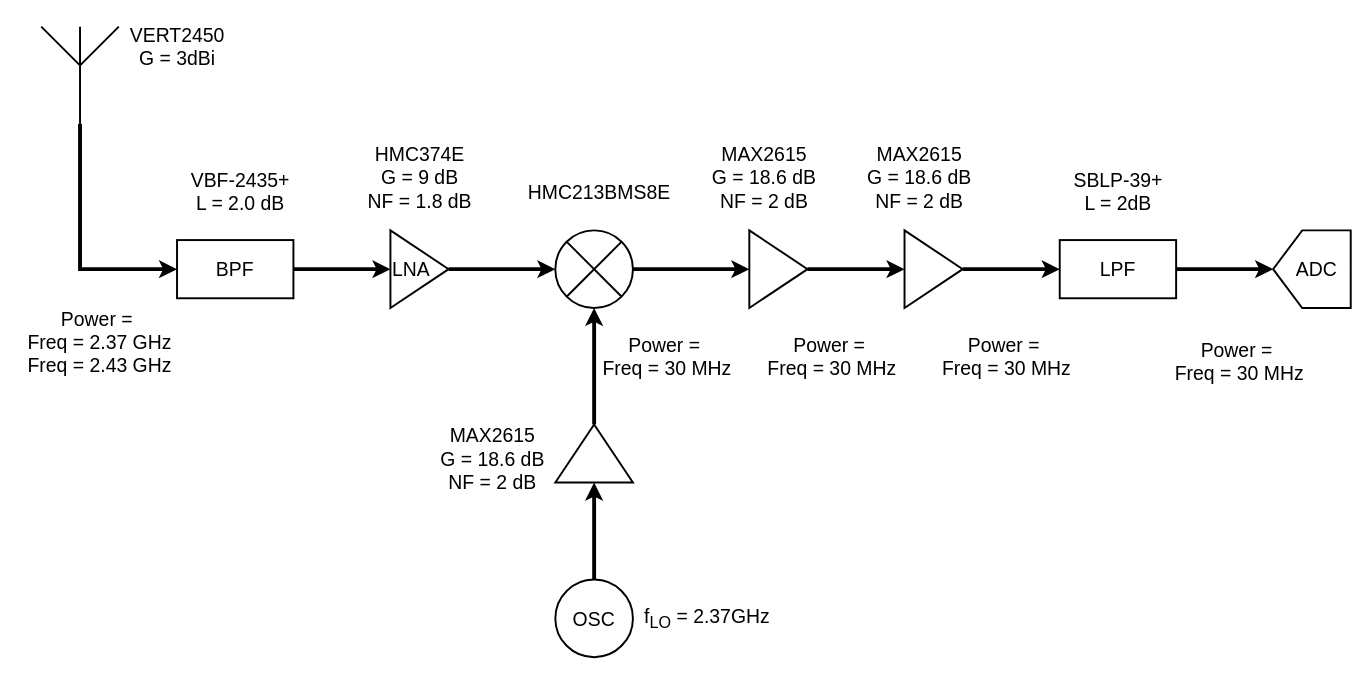
Above: Receiver.drawio in chenbin234/MCC125-Wireless-link-project (draw.io), before the change. Source tidied: cells renumbered, new cells numbered last; positions are measured from the earlier drawing's top-left corner, leaving out a move shared by most shapes. Both pictures are drawn from the tidied source at 97%, with x=0, y=0 at pixel (16, 16).
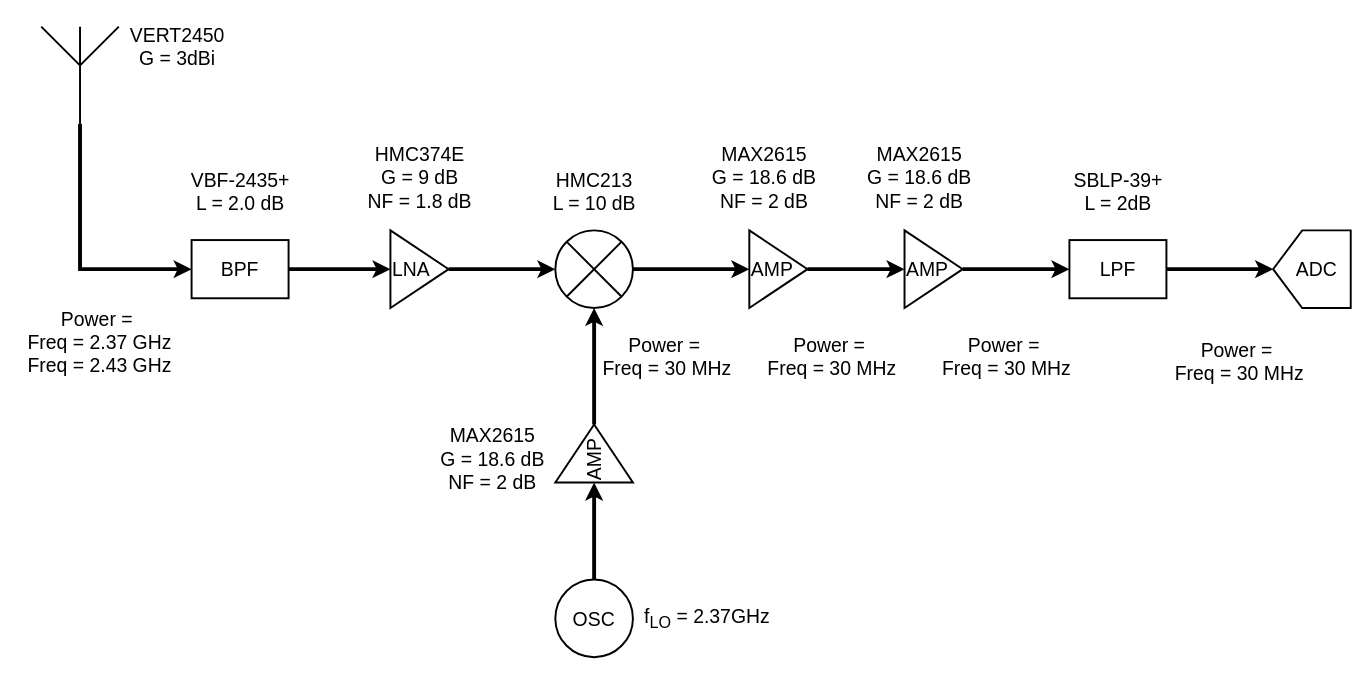
Above is the later version.

Diff of the diagram source:
```diff
@@
     <mxCell id="5" value="&lt;font style=&quot;font-size: 20px;&quot;&gt;BPF&lt;/font&gt;" style="rounded=0;whiteSpace=wrap;html=1;strokeWidth=2;" parent="1" vertex="1">
-      <mxGeometry x="165" y="230" width="120" height="60" as="geometry" />
+      <mxGeometry x="180" y="230" width="100" height="60" as="geometry" />
     </mxCell>
@@
-    <mxCell id="11" style="triangle;whiteSpace=wrap;html=1;strokeWidth=2;" parent="1" vertex="1">
+    <mxCell id="11" value="&lt;font style=&quot;font-size: 20px;&quot;&gt;AMP&lt;/font&gt;" style="triangle;whiteSpace=wrap;html=1;strokeWidth=2;align=left;" parent="1" vertex="1">
       <mxGeometry x="755" y="220" width="60" height="80" as="geometry" />
     </mxCell>
@@
-    <mxCell id="13" style="triangle;whiteSpace=wrap;html=1;strokeWidth=2;" parent="1" vertex="1">
+    <mxCell id="13" value="&lt;font style=&quot;font-size: 20px;&quot;&gt;AMP&lt;/font&gt;" style="triangle;whiteSpace=wrap;html=1;strokeWidth=2;align=left;" parent="1" vertex="1">
       <mxGeometry x="915" y="220" width="60" height="80" as="geometry" />
     </mxCell>
@@
     <mxCell id="15" value="&lt;font style=&quot;font-size: 20px;&quot;&gt;LPF&lt;/font&gt;" style="rounded=0;whiteSpace=wrap;html=1;strokeWidth=2;" parent="1" vertex="1">
-      <mxGeometry x="1075" y="230" width="120" height="60" as="geometry" />
+      <mxGeometry x="1085" y="230" width="100" height="60" as="geometry" />
     </mxCell>
@@
-    <mxCell id="19" style="triangle;whiteSpace=wrap;html=1;rotation=-90;strokeWidth=2;" parent="1" vertex="1">
+    <mxCell id="19" value="&lt;font style=&quot;font-size: 20px;&quot;&gt;AMP&lt;/font&gt;" style="triangle;whiteSpace=wrap;html=1;rotation=-90;strokeWidth=2;horizontal=1;align=left;" parent="1" vertex="1">
       <mxGeometry x="565" y="410" width="60" height="80" as="geometry" />
     </mxCell>
@@
-    <mxCell id="24" value="&lt;font style=&quot;font-size: 20px;&quot;&gt;HMC213BMS8E&lt;/font&gt;" style="text;html=1;align=center;verticalAlign=middle;strokeColor=none;fillColor=none;" parent="1" vertex="1">
-      <mxGeometry x="515" y="160" width="170" height="40" as="geometry" />
+    <mxCell id="24" value="&lt;font style=&quot;font-size: 20px;&quot;&gt;HMC213&lt;br&gt;L = 10 dB&lt;br&gt;&lt;/font&gt;" style="text;html=1;align=center;verticalAlign=middle;strokeColor=none;fillColor=none;" parent="1" vertex="1">
+      <mxGeometry x="540" y="150" width="110" height="60" as="geometry" />
     </mxCell>
```
